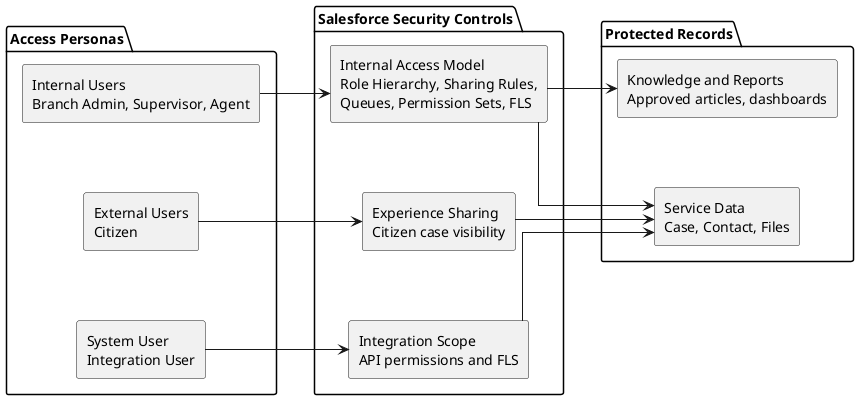
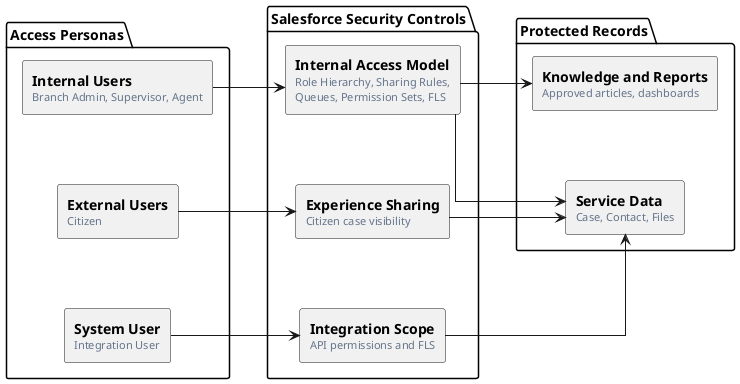
@startuml
left to right direction
skinparam componentStyle rectangle
skinparam linetype ortho
skinparam nodesep 70
skinparam ranksep 70

package "Access Personas" {
-   [Internal Users\nBranch Admin, Supervisor, Agent] as InternalUsers
-   [External Users\nCitizen] as ExternalUsers
-   [System User\nIntegration User] as SystemUser
+   component InternalUsers [
+     <b>Internal Users</b>
+     <size:11><color:#64748B>Branch Admin, Supervisor, Agent</color></size>
+   ]
+   component ExternalUsers [
+     <b>External Users</b>
+     <size:11><color:#64748B>Citizen</color></size>
+   ]
+   component SystemUser [
+     <b>System User</b>
+     <size:11><color:#64748B>Integration User</color></size>
+   ]
}

package "Salesforce Security Controls" {
-   [Internal Access Model\nRole Hierarchy, Sharing Rules,\nQueues, Permission Sets, FLS] as InternalAccess
-   [Experience Sharing\nCitizen case visibility] as CitizenAccess
-   [Integration Scope\nAPI permissions and FLS] as IntegrationScope
+   component InternalAccess [
+     <b>Internal Access Model</b>
+     <size:11><color:#64748B>Role Hierarchy, Sharing Rules,</color></size>
+     <size:11><color:#64748B>Queues, Permission Sets, FLS</color></size>
+   ]
+   component CitizenAccess [
+     <b>Experience Sharing</b>
+     <size:11><color:#64748B>Citizen case visibility</color></size>
+   ]
+   component IntegrationScope [
+     <b>Integration Scope</b>
+     <size:11><color:#64748B>API permissions and FLS</color></size>
+   ]
}

package "Protected Records" {
-   [Service Data\nCase, Contact, Files] as ServiceData
-   [Knowledge and Reports\nApproved articles, dashboards] as KnowledgeReports
+   component ServiceData [
+     <b>Service Data</b>
+     <size:11><color:#64748B>Case, Contact, Files</color></size>
+   ]
+   component KnowledgeReports [
+     <b>Knowledge and Reports</b>
+     <size:11><color:#64748B>Approved articles, dashboards</color></size>
+   ]
}

InternalUsers --> InternalAccess
ExternalUsers --> CitizenAccess
SystemUser --> IntegrationScope

InternalAccess --> ServiceData
InternalAccess --> KnowledgeReports
CitizenAccess --> ServiceData
IntegrationScope --> ServiceData

@enduml
